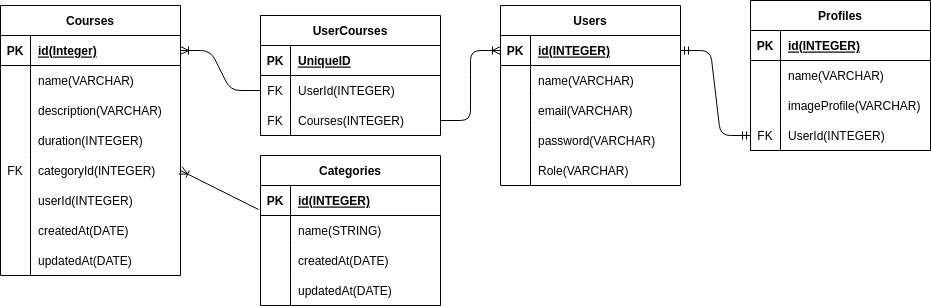
DimasAditya2/Team1 keeps this draw.io diagram as schema.drawio.png. Above is the earlier version. Source tidied: cells renumbered, new cells last; positions are measured from the earlier drawing's top-left corner, leaving out a move shared by most shapes.
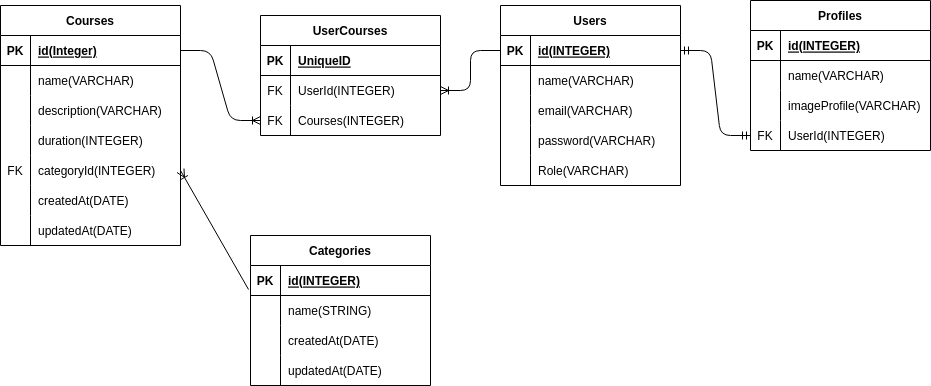
The same file after the commit.

What changed in the source:
```diff
@@ -3,7 +3,7 @@
     <mxCell id="0" />
     <mxCell id="1" parent="0" />
     <mxCell id="2" value="Categories" style="shape=table;startSize=30;rowLines=0;fontStyle=1;align=center;" parent="1" vertex="1">
-      <mxGeometry x="260" y="155" width="180" height="150" as="geometry" />
+      <mxGeometry x="250" y="235" width="180" height="150" as="geometry" />
     </mxCell>
     <mxCell id="3" style="shape=tableRow;horizontal=0;startSize=0;swimlaneHead=0;swimlaneBody=0;fillColor=none;points=[[0,0.5],[1,0.5]];portConstraint=eastwest;top=0;left=0;right=0;bottom=1;" parent="2" vertex="1">
       <mxGeometry y="30" width="180" height="30" as="geometry" />
@@ -42,7 +42,7 @@
       <mxGeometry x="30" width="150" height="30" as="geometry" />
     </mxCell>
     <mxCell id="15" value="Courses" style="shape=table;startSize=30;rowLines=0;fontStyle=1;align=center;" parent="1" vertex="1">
-      <mxGeometry y="5" width="180" height="270" as="geometry" />
+      <mxGeometry y="5" width="180" height="240" as="geometry" />
     </mxCell>
     <mxCell id="16" style="shape=tableRow;horizontal=0;startSize=0;swimlaneHead=0;swimlaneBody=0;fillColor=none;points=[[0,0.5],[1,0.5]];portConstraint=eastwest;top=0;left=0;right=0;bottom=1;" parent="15" vertex="1">
       <mxGeometry y="30" width="180" height="30" as="geometry" />
@@ -89,17 +89,8 @@
     <mxCell id="30" value="categoryId(INTEGER)" style="shape=partialRectangle;fillColor=none;top=0;left=0;bottom=0;right=0;align=left;spacingLeft=6;overflow=hidden;" parent="28" vertex="1">
       <mxGeometry x="30" width="150" height="30" as="geometry" />
     </mxCell>
-    <mxCell id="31" style="shape=tableRow;horizontal=0;startSize=0;swimlaneHead=0;swimlaneBody=0;fillColor=none;top=0;left=0;right=0;bottom=0;" parent="15" vertex="1">
-      <mxGeometry y="180" width="180" height="30" as="geometry" />
-    </mxCell>
-    <mxCell id="32" style="shape=partialRectangle;fillColor=none;top=0;left=0;bottom=0;right=0;overflow=hidden;" parent="31" vertex="1">
-      <mxGeometry width="30" height="30" as="geometry" />
-    </mxCell>
-    <mxCell id="33" value="userId(INTEGER)" style="shape=partialRectangle;fillColor=none;top=0;left=0;bottom=0;right=0;align=left;spacingLeft=6;overflow=hidden;" parent="31" vertex="1">
-      <mxGeometry x="30" width="150" height="30" as="geometry" />
-    </mxCell>
     <mxCell id="34" style="shape=tableRow;horizontal=0;startSize=0;swimlaneHead=0;swimlaneBody=0;fillColor=none;top=0;left=0;right=0;bottom=0;" parent="15" vertex="1">
-      <mxGeometry y="210" width="180" height="30" as="geometry" />
+      <mxGeometry y="180" width="180" height="30" as="geometry" />
     </mxCell>
     <mxCell id="35" style="shape=partialRectangle;fillColor=none;top=0;left=0;bottom=0;right=0;overflow=hidden;" parent="34" vertex="1">
       <mxGeometry width="30" height="30" as="geometry" />
@@ -108,7 +99,7 @@
       <mxGeometry x="30" width="150" height="30" as="geometry" />
     </mxCell>
     <mxCell id="37" style="shape=tableRow;horizontal=0;startSize=0;swimlaneHead=0;swimlaneBody=0;fillColor=none;top=0;left=0;right=0;bottom=0;" parent="15" vertex="1">
-      <mxGeometry y="240" width="180" height="30" as="geometry" />
+      <mxGeometry y="210" width="180" height="30" as="geometry" />
     </mxCell>
     <mxCell id="38" style="shape=partialRectangle;fillColor=none;top=0;left=0;bottom=0;right=0;overflow=hidden;" parent="37" vertex="1">
       <mxGeometry width="30" height="30" as="geometry" />
@@ -239,10 +230,10 @@
     <mxCell id="80" value="Courses(INTEGER)" style="shape=partialRectangle;fillColor=none;top=0;left=0;bottom=0;right=0;align=left;spacingLeft=6;overflow=hidden;" parent="78" vertex="1">
       <mxGeometry x="30" width="150" height="30" as="geometry" />
     </mxCell>
-    <mxCell id="81" style="edgeStyle=entityRelationEdgeStyle;fontSize=12;html=1;endArrow=ERoneToMany;entryX=1;entryY=0.5;entryDx=0;entryDy=0;" parent="1" edge="1" source="75" target="16">
+    <mxCell id="81" style="edgeStyle=entityRelationEdgeStyle;fontSize=12;html=1;endArrow=ERoneToMany;entryX=0;entryY=0.5;entryDx=0;entryDy=0;exitX=1;exitY=0.5;exitDx=0;exitDy=0;" parent="1" edge="1" source="16" target="78">
       <mxGeometry relative="1" as="geometry" />
     </mxCell>
-    <mxCell id="82" style="edgeStyle=entityRelationEdgeStyle;fontSize=12;html=1;endArrow=ERoneToMany;entryX=0;entryY=0.5;entryDx=0;entryDy=0;" parent="1" edge="1" source="78" target="55">
+    <mxCell id="82" style="edgeStyle=entityRelationEdgeStyle;fontSize=12;html=1;endArrow=ERoneToMany;entryX=1;entryY=0.5;entryDx=0;entryDy=0;exitX=0;exitY=0.5;exitDx=0;exitDy=0;" parent="1" edge="1" source="55" target="75">
       <mxGeometry relative="1" as="geometry" />
     </mxCell>
   </root>
```
